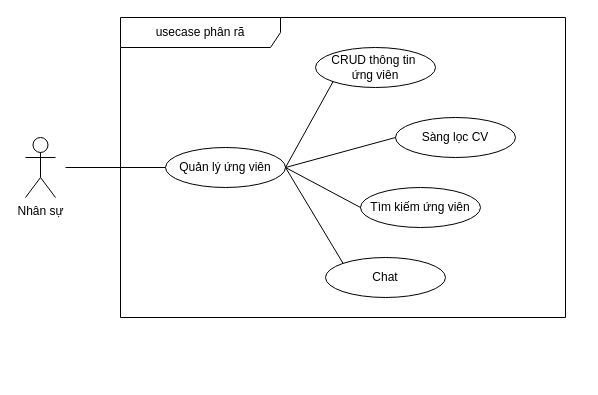
Above: design/draw/nhân_sự/quanlyungvien.dio in nmtun/datn_hust_2026 (draw.io), before the change. Source tidied: cells renumbered, new cells numbered last; positions are measured from the earlier drawing's top-left corner, leaving out a move shared by most shapes. Both pictures are drawn from the tidied source at 100%, with x=0, y=0 at pixel (25, 17).
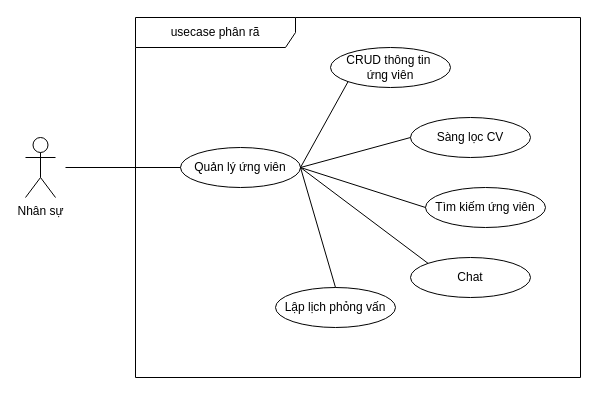
After the change.

What changed in the source:
```diff
@@
 <mxGraphModel>
   <root>
     <mxCell id="0" />
     <mxCell id="1" parent="0" />
     <mxCell id="2" value="usecase phân rã" style="shape=umlFrame;whiteSpace=wrap;html=1;width=160;" parent="1" vertex="1">
-      <mxGeometry x="95" width="445" height="300" as="geometry" />
+      <mxGeometry x="110" width="445" height="360" as="geometry" />
     </mxCell>
     <mxCell id="3" value="Quản lý ứng viên" style="ellipse;whiteSpace=wrap;html=1;" parent="2" vertex="1">
       <mxGeometry x="45" y="130" width="120" height="40" as="geometry" />
     </mxCell>
     <mxCell id="4" value="CRUD thông tin&amp;nbsp;&lt;div&gt;ứng viên&lt;/div&gt;" style="ellipse;whiteSpace=wrap;html=1;" parent="2" vertex="1">
       <mxGeometry x="195" y="30" width="120" height="40" as="geometry" />
     </mxCell>
     <mxCell id="5" value="Tìm kiếm ứng viên" style="ellipse;whiteSpace=wrap;html=1;" parent="2" vertex="1">
-      <mxGeometry x="240" y="170" width="120" height="40" as="geometry" />
+      <mxGeometry x="290" y="170" width="120" height="40" as="geometry" />
     </mxCell>
     <mxCell id="6" style="endArrow=none;startArrow=none;endFill=0;startFill=0;endSize=8;html=1;verticalAlign=bottom;labelBackgroundColor=none;strokeWidth=1;entryX=0;entryY=1;entryDx=0;entryDy=0;exitX=1;exitY=0.5;exitDx=0;exitDy=0;" parent="2" edge="1" source="3" target="4">
       <mxGeometry relative="1" as="geometry" />
     </mxCell>
     <mxCell id="7" style="endArrow=none;startArrow=none;endFill=0;startFill=0;endSize=8;html=1;verticalAlign=bottom;labelBackgroundColor=none;strokeWidth=1;entryX=0;entryY=0.5;entryDx=0;entryDy=0;exitX=1;exitY=0.5;exitDx=0;exitDy=0;" parent="2" edge="1" source="3" target="5">
       <mxGeometry relative="1" as="geometry" />
     </mxCell>
     <mxCell id="8" value="Chat" style="ellipse;whiteSpace=wrap;html=1;" parent="2" vertex="1">
-      <mxGeometry x="205" y="240" width="120" height="40" as="geometry" />
+      <mxGeometry x="275" y="240" width="120" height="40" as="geometry" />
     </mxCell>
     <mxCell id="9" style="endArrow=none;startArrow=none;endFill=0;startFill=0;endSize=8;html=1;verticalAlign=bottom;labelBackgroundColor=none;strokeWidth=1;entryX=0;entryY=0;entryDx=0;entryDy=0;exitX=1;exitY=0.5;exitDx=0;exitDy=0;" parent="2" edge="1" source="3" target="8">
       <mxGeometry relative="1" as="geometry" />
     </mxCell>
     <mxCell id="10" value="Sàng lọc CV" style="ellipse;whiteSpace=wrap;html=1;" parent="2" vertex="1">
       <mxGeometry x="275" y="100" width="120" height="40" as="geometry" />
     </mxCell>
+    <mxCell id="14" value="Lập lịch phỏng vấn" style="ellipse;whiteSpace=wrap;html=1;" parent="2" vertex="1">
+      <mxGeometry x="140" y="270" width="120" height="40" as="geometry" />
+    </mxCell>
+    <mxCell id="15" style="endArrow=none;startArrow=none;endFill=0;startFill=0;endSize=8;html=1;verticalAlign=bottom;labelBackgroundColor=none;strokeWidth=1;entryX=0.5;entryY=0;entryDx=0;entryDy=0;exitX=1;exitY=0.5;exitDx=0;exitDy=0;" parent="2" edge="1" source="3" target="14">
+      <mxGeometry relative="1" as="geometry" />
+    </mxCell>
+    <mxCell id="13" style="endArrow=none;startArrow=none;endFill=0;startFill=0;endSize=8;html=1;verticalAlign=bottom;labelBackgroundColor=none;strokeWidth=1;entryX=0;entryY=0.5;entryDx=0;entryDy=0;exitX=1;exitY=0.5;exitDx=0;exitDy=0;" parent="2" edge="1" source="3" target="10">
+      <mxGeometry relative="1" as="geometry" />
+    </mxCell>
     <mxCell id="11" value="Nhân sự" style="shape=umlActor;verticalLabelPosition=bottom;verticalAlign=top;html=1;" parent="1" vertex="1">
       <mxGeometry y="120" width="30" height="60" as="geometry" />
     </mxCell>
     <mxCell id="12" style="endArrow=none;startArrow=none;endFill=0;startFill=0;endSize=8;html=1;verticalAlign=bottom;labelBackgroundColor=none;strokeWidth=1;entryX=0;entryY=0.5;entryDx=0;entryDy=0;" parent="1" edge="1" target="3">
       <mxGeometry relative="1" as="geometry">
         <mxPoint x="40" y="150" as="sourcePoint" />
       </mxGeometry>
     </mxCell>
-    <mxCell id="13" style="endArrow=none;startArrow=none;endFill=0;startFill=0;endSize=8;html=1;verticalAlign=bottom;labelBackgroundColor=none;strokeWidth=1;entryX=0;entryY=0.5;entryDx=0;entryDy=0;" parent="1" edge="1" target="10">
-      <mxGeometry relative="1" as="geometry">
-        <mxPoint x="260" y="150" as="sourcePoint" />
-      </mxGeometry>
-    </mxCell>
   </root>
 </mxGraphModel>
```
